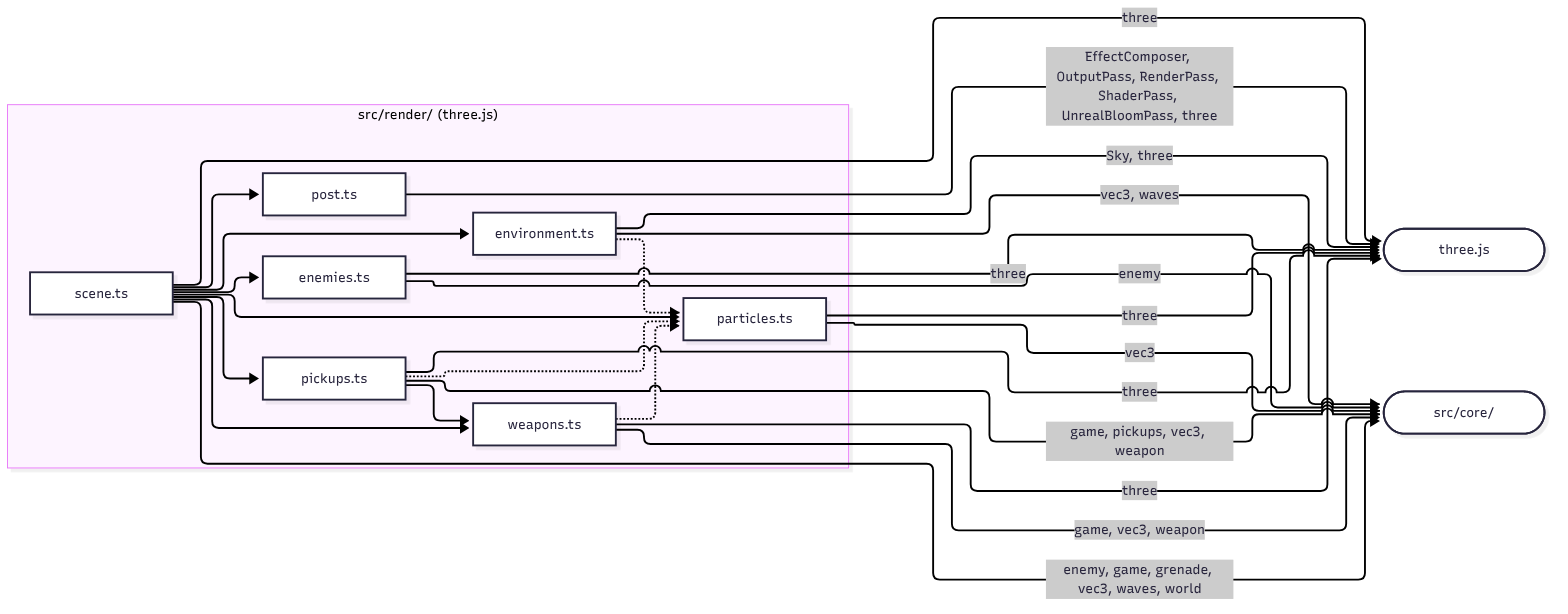
Before: docs/architecture/render/render-components.png, a diagram exported from Mermaid (agh/ringfall). Its source is kept beside it as docs/architecture/diagrams/render-components.mmd.
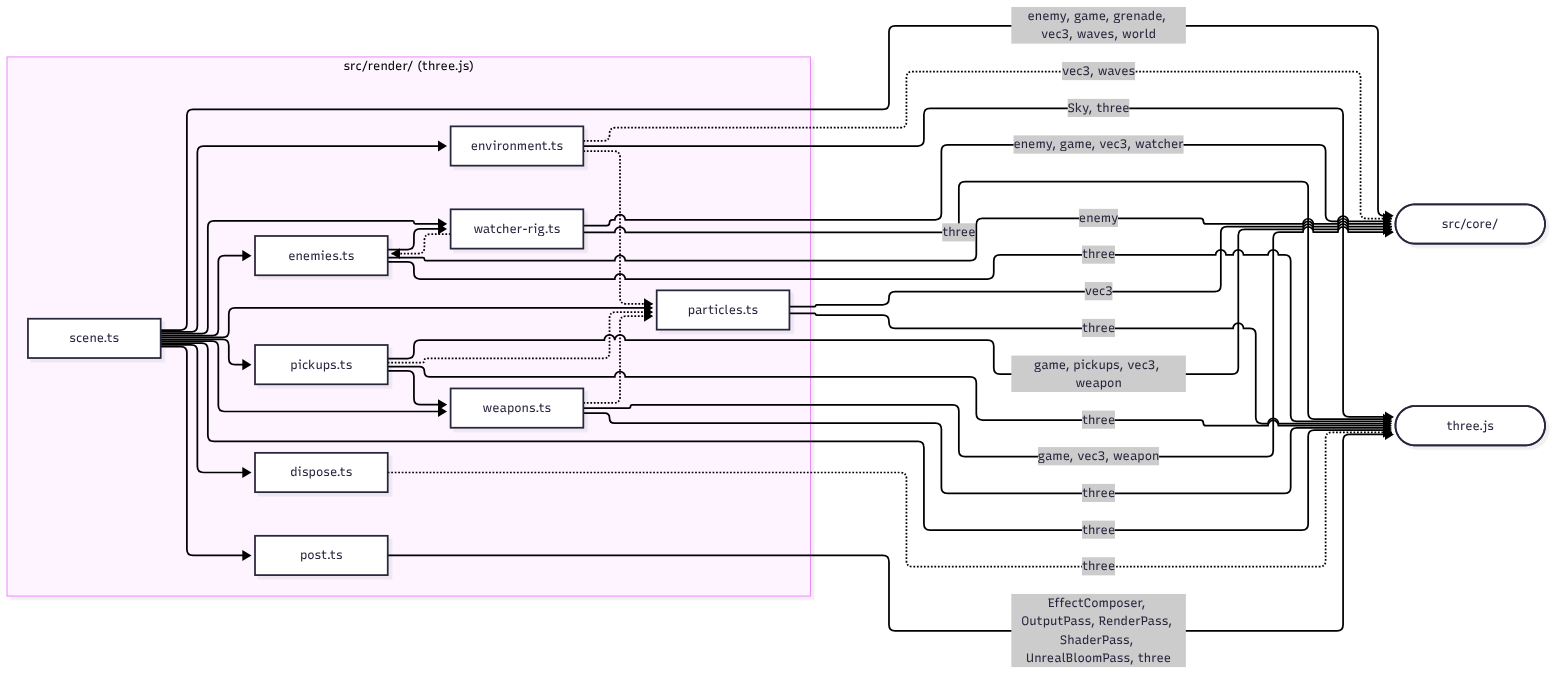
The same file after the commit.

The edit, as a diff of the source:
```diff
@@ -1,26 +1,33 @@
 %%{init: {"flowchart": {"curve": "basis"}} }%%
 flowchart LR
   subgraph render["src/render/ (three.js)"]
+    render_dispose["dispose.ts"]
     render_enemies["enemies.ts"]
     render_environment["environment.ts"]
     render_particles["particles.ts"]
     render_pickups["pickups.ts"]
     render_post["post.ts"]
     render_scene["scene.ts"]
+    render_watcher-rig["watcher-rig.ts"]
     render_weapons["weapons.ts"]
   end
+  render_enemies --> render_watcher-rig
   render_environment -.-> render_particles
   render_pickups -.-> render_particles
   render_pickups --> render_weapons
+  render_scene --> render_dispose
   render_scene --> render_enemies
   render_scene --> render_environment
   render_scene --> render_particles
   render_scene --> render_pickups
   render_scene --> render_post
+  render_scene --> render_watcher-rig
   render_scene --> render_weapons
+  render_watcher-rig -.-> render_enemies
   render_weapons -.-> render_particles
   core(["src/core/"])
   three(["three.js"])
+  render_dispose -.->|"three"| three
   render_enemies -->|"three"| three
   render_enemies -->|"enemy"| core
   render_environment -->|"Sky, three"| three
@@ -32,5 +39,7 @@
   render_post -->|"EffectComposer, OutputPass, RenderPass, ShaderPass, UnrealBloomPass, three"| three
   render_scene -->|"three"| three
   render_scene -->|"enemy, game, grenade, vec3, waves, world"| core
+  render_watcher-rig -->|"three"| three
+  render_watcher-rig -->|"enemy, game, vec3, watcher"| core
   render_weapons -->|"three"| three
   render_weapons -->|"game, vec3, weapon"| core
```
